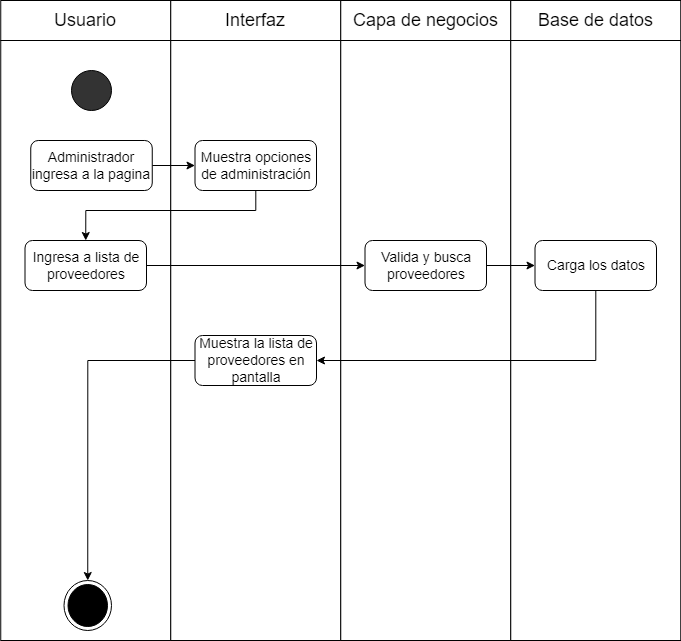
Above: Fase 2/Evidencias Proyecto/Evidencias de documentación/Diagramas/3) Diagrama de Actividad/35) Lista de proveedores.drawio.png in SoyElMato1/Grupo4-GreenMarket (draw.io), before the change. Source tidied: cells renumbered, new cells last; positions are measured from the earlier drawing's top-left corner, leaving out a move shared by most shapes.
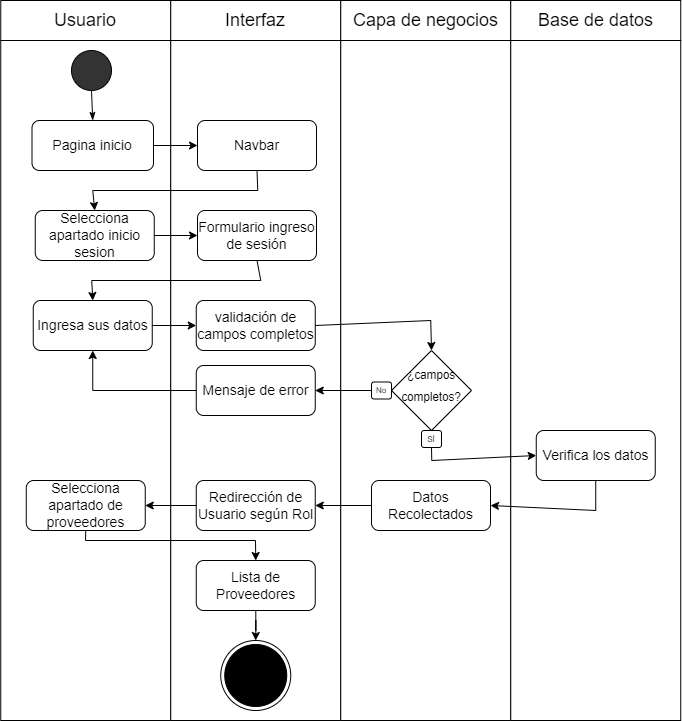
The same diagram one commit later.

What changed in the source:
```diff
@@ -42,67 +42,146 @@
       <mxGeometry x="7.5" y="5" width="155" height="30" as="geometry" />
     </mxCell>
     <mxCell id="15" style="rounded=0;whiteSpace=wrap;html=1;" parent="1" vertex="1">
-      <mxGeometry x="0.2" y="40" width="170" height="600" as="geometry" />
+      <mxGeometry x="0.2" y="40" width="170" height="680" as="geometry" />
     </mxCell>
     <mxCell id="16" style="rounded=0;whiteSpace=wrap;html=1;" parent="1" vertex="1">
-      <mxGeometry x="170.2" y="40" width="170" height="600" as="geometry" />
+      <mxGeometry x="170.2" y="40" width="170" height="680" as="geometry" />
     </mxCell>
     <mxCell id="17" style="rounded=0;whiteSpace=wrap;html=1;" parent="1" vertex="1">
-      <mxGeometry x="340.2" y="40" width="170" height="600" as="geometry" />
+      <mxGeometry x="340.2" y="40" width="170" height="680" as="geometry" />
     </mxCell>
     <mxCell id="18" style="rounded=0;whiteSpace=wrap;html=1;" parent="1" vertex="1">
-      <mxGeometry x="510.2" y="40" width="170" height="600" as="geometry" />
+      <mxGeometry x="510.2" y="40" width="170" height="680" as="geometry" />
     </mxCell>
-    <mxCell id="19" style="ellipse;whiteSpace=wrap;html=1;fontSize=18;fillColor=#333333;" parent="1" vertex="1">
-      <mxGeometry x="71" y="70" width="40" height="40" as="geometry" />
-    </mxCell>
-    <mxCell id="20" style="edgeStyle=orthogonalEdgeStyle;rounded=0;jettySize=auto;html=1;" parent="1" edge="1" source="21" target="22">
-      <mxGeometry relative="1" as="geometry" />
-    </mxCell>
-    <mxCell id="21" value="Muestra la lista de proveedores en pantalla" style="rounded=1;whiteSpace=wrap;html=1;fontSize=14;" parent="1" vertex="1">
-      <mxGeometry x="194.5" y="335" width="121.5" height="50" as="geometry" />
-    </mxCell>
-    <mxCell id="22" style="ellipse;html=1;shape=endState;fillColor=#000000;strokeColor=#000000;" parent="1" vertex="1">
-      <mxGeometry x="63.5" y="580" width="47.5" height="50" as="geometry" />
-    </mxCell>
-    <mxCell id="23" style="edgeStyle=orthogonalEdgeStyle;rounded=0;jettySize=auto;html=1;entryX=0;entryY=0.5;entryDx=0;entryDy=0;" parent="1" edge="1" source="24" target="26">
-      <mxGeometry relative="1" as="geometry" />
-    </mxCell>
-    <mxCell id="24" value="Administrador ingresa a la pagina" style="rounded=1;whiteSpace=wrap;html=1;fontSize=14;" parent="1" vertex="1">
-      <mxGeometry x="30.2" y="140" width="121.5" height="50" as="geometry" />
-    </mxCell>
-    <mxCell id="25" style="edgeStyle=orthogonalEdgeStyle;rounded=0;jettySize=auto;html=1;entryX=0.5;entryY=0;entryDx=0;entryDy=0;" parent="1" edge="1" source="26" target="28">
-      <mxGeometry relative="1" as="geometry">
-        <Array as="points">
-          <mxPoint x="255" y="210" />
-          <mxPoint x="85" y="210" />
-        </Array>
-      </mxGeometry>
-    </mxCell>
-    <mxCell id="26" value="Muestra opciones de administración" style="rounded=1;whiteSpace=wrap;html=1;fontSize=14;" parent="1" vertex="1">
-      <mxGeometry x="194.5" y="140" width="121.5" height="50" as="geometry" />
-    </mxCell>
-    <mxCell id="27" style="edgeStyle=orthogonalEdgeStyle;rounded=0;jettySize=auto;html=1;entryX=0;entryY=0.5;entryDx=0;entryDy=0;" parent="1" edge="1" source="28" target="32">
-      <mxGeometry relative="1" as="geometry" />
-    </mxCell>
-    <mxCell id="28" value="Ingresa a lista de proveedores" style="rounded=1;whiteSpace=wrap;html=1;fontSize=14;" parent="1" vertex="1">
-      <mxGeometry x="24.5" y="240" width="121.5" height="50" as="geometry" />
-    </mxCell>
-    <mxCell id="29" style="edgeStyle=orthogonalEdgeStyle;rounded=0;jettySize=auto;html=1;entryX=1;entryY=0.5;entryDx=0;entryDy=0;" parent="1" edge="1" source="30" target="21">
-      <mxGeometry relative="1" as="geometry">
-        <Array as="points">
-          <mxPoint x="595" y="360" />
-        </Array>
-      </mxGeometry>
-    </mxCell>
-    <mxCell id="30" value="Carga los datos" style="rounded=1;whiteSpace=wrap;html=1;fontSize=14;" parent="1" vertex="1">
-      <mxGeometry x="534.5" y="240" width="121.5" height="50" as="geometry" />
-    </mxCell>
-    <mxCell id="31" style="edgeStyle=orthogonalEdgeStyle;rounded=0;jettySize=auto;html=1;entryX=0;entryY=0.5;entryDx=0;entryDy=0;" parent="1" edge="1" source="32" target="30">
-      <mxGeometry relative="1" as="geometry" />
-    </mxCell>
-    <mxCell id="32" value="Valida y busca proveedores" style="rounded=1;whiteSpace=wrap;html=1;fontSize=14;" parent="1" vertex="1">
-      <mxGeometry x="364.5" y="240" width="121.5" height="50" as="geometry" />
-    </mxCell>
+    <mxCell id="33" style="ellipse;whiteSpace=wrap;html=1;fontSize=18;fillColor=#333333;" parent="1" vertex="1">
+      <mxGeometry x="71" y="50" width="40" height="40" as="geometry" />
+    </mxCell>
+    <mxCell id="34" style="endArrow=none;html=1;rounded=0;fontSize=18;entryX=0.5;entryY=1;entryDx=0;entryDy=0;exitX=0.5;exitY=0;exitDx=0;exitDy=0;startArrow=classicThin;startFill=1;" parent="1" edge="1" source="56" target="33">
+      <mxGeometry relative="1" as="geometry" />
+    </mxCell>
+    <mxCell id="35" value="Formulario ingreso de sesión" style="rounded=1;whiteSpace=wrap;html=1;fontSize=14;" parent="1" vertex="1">
+      <mxGeometry x="197" y="210" width="119" height="50" as="geometry" />
+    </mxCell>
+    <mxCell id="36" style="group;" parent="1" vertex="1">
+      <mxGeometry x="371" y="350" width="100" height="97" as="geometry" />
+    </mxCell>
+    <mxCell id="37" value="&lt;font style=&quot;line-height: 0; font-size: 14px;&quot;&gt;&lt;sup style=&quot;&quot;&gt;¿campos completos?&lt;/sup&gt;&lt;/font&gt;" style="rhombus;whiteSpace=wrap;html=1;fontSize=18;fillColor=#FFFFFF;align=center;" parent="36" vertex="1">
+      <mxGeometry x="20" width="80" height="80" as="geometry" />
+    </mxCell>
+    <mxCell id="38" value="No" style="rounded=1;whiteSpace=wrap;html=1;fontSize=8;fillColor=#FFFFFF;" parent="36" vertex="1">
+      <mxGeometry y="31.5" width="20" height="17" as="geometry" />
+    </mxCell>
+    <mxCell id="39" value="SÍ" style="rounded=1;whiteSpace=wrap;html=1;fontSize=8;fillColor=#FFFFFF;" parent="36" vertex="1">
+      <mxGeometry x="50" y="80" width="20" height="17" as="geometry" />
+    </mxCell>
+    <mxCell id="40" value="Verifica los datos" style="rounded=1;whiteSpace=wrap;html=1;fontSize=14;" parent="1" vertex="1">
+      <mxGeometry x="535.8" y="430" width="119" height="50" as="geometry" />
+    </mxCell>
+    <mxCell id="41" value="Mensaje de error" style="rounded=1;whiteSpace=wrap;html=1;fontSize=14;" parent="1" vertex="1">
+      <mxGeometry x="195.8" y="365" width="119" height="50" as="geometry" />
+    </mxCell>
+    <mxCell id="42" style="endArrow=classic;html=1;rounded=0;entryX=1;entryY=0.5;entryDx=0;entryDy=0;exitX=0;exitY=0.5;exitDx=0;exitDy=0;" parent="1" edge="1" source="38" target="41">
+      <mxGeometry relative="1" as="geometry" />
+    </mxCell>
+    <mxCell id="43" value="Redirección de Usuario según Rol" style="rounded=1;whiteSpace=wrap;html=1;fontSize=14;" parent="1" vertex="1">
+      <mxGeometry x="195.8" y="480" width="119" height="50" as="geometry" />
+    </mxCell>
+    <mxCell id="44" value="Ingresa sus datos" style="rounded=1;whiteSpace=wrap;html=1;fontSize=14;" parent="1" vertex="1">
+      <mxGeometry x="32.8" y="300" width="119" height="50" as="geometry" />
+    </mxCell>
+    <mxCell id="45" style="endArrow=classic;html=1;rounded=0;exitX=0.5;exitY=1;exitDx=0;exitDy=0;entryX=0.5;entryY=0;entryDx=0;entryDy=0;" parent="1" edge="1" source="35" target="44">
+      <mxGeometry relative="1" as="geometry">
+        <Array as="points">
+          <mxPoint x="260.2" y="280" />
+          <mxPoint x="91.2" y="280" />
+        </Array>
+      </mxGeometry>
+    </mxCell>
+    <mxCell id="46" value="validación de campos completos" style="rounded=1;whiteSpace=wrap;html=1;fontSize=14;" parent="1" vertex="1">
+      <mxGeometry x="195.8" y="300" width="119" height="50" as="geometry" />
+    </mxCell>
+    <mxCell id="47" style="endArrow=classic;html=1;rounded=0;exitX=1;exitY=0.5;exitDx=0;exitDy=0;entryX=0;entryY=0.5;entryDx=0;entryDy=0;" parent="1" edge="1" source="44" target="46">
+      <mxGeometry relative="1" as="geometry" />
+    </mxCell>
+    <mxCell id="48" style="endArrow=classic;html=1;rounded=0;exitX=1;exitY=0.5;exitDx=0;exitDy=0;entryX=0.5;entryY=0;entryDx=0;entryDy=0;" parent="1" edge="1" source="46" target="37">
+      <mxGeometry relative="1" as="geometry">
+        <Array as="points">
+          <mxPoint x="430.2" y="320" />
+        </Array>
+      </mxGeometry>
+    </mxCell>
+    <mxCell id="49" style="endArrow=classic;html=1;rounded=0;exitX=0;exitY=0.5;exitDx=0;exitDy=0;entryX=0.5;entryY=1;entryDx=0;entryDy=0;" parent="1" edge="1" source="41" target="44">
+      <mxGeometry relative="1" as="geometry">
+        <Array as="points">
+          <mxPoint x="92.2" y="390" />
+        </Array>
+      </mxGeometry>
+    </mxCell>
+    <mxCell id="50" value="Datos Recolectados" style="rounded=1;whiteSpace=wrap;html=1;fontSize=14;" parent="1" vertex="1">
+      <mxGeometry x="371" y="480" width="119" height="50" as="geometry" />
+    </mxCell>
+    <mxCell id="51" style="endArrow=classic;html=1;rounded=0;exitX=0.5;exitY=1;exitDx=0;exitDy=0;entryX=1;entryY=0.5;entryDx=0;entryDy=0;" parent="1" edge="1" source="40" target="50">
+      <mxGeometry relative="1" as="geometry">
+        <Array as="points">
+          <mxPoint x="595.2" y="510" />
+        </Array>
+      </mxGeometry>
+    </mxCell>
+    <mxCell id="52" style="endArrow=classic;html=1;rounded=0;exitX=0;exitY=0.5;exitDx=0;exitDy=0;entryX=1;entryY=0.5;entryDx=0;entryDy=0;" parent="1" edge="1" source="50" target="43">
+      <mxGeometry relative="1" as="geometry" />
+    </mxCell>
+    <mxCell id="53" style="endArrow=classic;html=1;rounded=0;exitX=0.5;exitY=1;exitDx=0;exitDy=0;entryX=0;entryY=0.5;entryDx=0;entryDy=0;" parent="1" edge="1" source="39" target="40">
+      <mxGeometry relative="1" as="geometry">
+        <Array as="points">
+          <mxPoint x="431.2" y="460" />
+        </Array>
+      </mxGeometry>
+    </mxCell>
+    <mxCell id="54" value="Selecciona apartado de proveedores" style="rounded=1;whiteSpace=wrap;html=1;fontSize=14;" parent="1" vertex="1">
+      <mxGeometry x="25.8" y="480" width="119" height="50" as="geometry" />
+    </mxCell>
+    <mxCell id="55" style="endArrow=classic;html=1;rounded=0;entryX=1;entryY=0.5;entryDx=0;entryDy=0;exitX=0;exitY=0.5;exitDx=0;exitDy=0;" parent="1" edge="1" source="43" target="54">
+      <mxGeometry relative="1" as="geometry" />
+    </mxCell>
+    <mxCell id="56" value="Pagina inicio" style="rounded=1;whiteSpace=wrap;html=1;fontSize=14;" parent="1" vertex="1">
+      <mxGeometry x="31.5" y="120" width="121.5" height="50" as="geometry" />
+    </mxCell>
+    <mxCell id="57" value="Selecciona apartado inicio sesion" style="rounded=1;whiteSpace=wrap;html=1;fontSize=14;" parent="1" vertex="1">
+      <mxGeometry x="34.8" y="210" width="119" height="50" as="geometry" />
+    </mxCell>
+    <mxCell id="58" value="Navbar" style="rounded=1;whiteSpace=wrap;html=1;fontSize=14;" parent="1" vertex="1">
+      <mxGeometry x="197" y="120" width="119" height="50" as="geometry" />
+    </mxCell>
+    <mxCell id="59" style="endArrow=classic;html=1;rounded=0;exitX=0.5;exitY=1;exitDx=0;exitDy=0;entryX=0.5;entryY=0;entryDx=0;entryDy=0;" parent="1" edge="1" source="58" target="57">
+      <mxGeometry relative="1" as="geometry">
+        <Array as="points">
+          <mxPoint x="257.2" y="190" />
+          <mxPoint x="92.2" y="190" />
+        </Array>
+      </mxGeometry>
+    </mxCell>
+    <mxCell id="60" style="endArrow=classic;html=1;rounded=0;exitX=1;exitY=0.5;exitDx=0;exitDy=0;entryX=0;entryY=0.5;entryDx=0;entryDy=0;" parent="1" edge="1" source="57" target="35">
+      <mxGeometry relative="1" as="geometry" />
+    </mxCell>
+    <mxCell id="61" style="endArrow=classic;html=1;rounded=0;exitX=1;exitY=0.5;exitDx=0;exitDy=0;entryX=0;entryY=0.5;entryDx=0;entryDy=0;" parent="1" edge="1" source="56" target="58">
+      <mxGeometry relative="1" as="geometry" />
+    </mxCell>
+    <mxCell id="62" style="edgeStyle=orthogonalEdgeStyle;rounded=0;jettySize=auto;html=1;" parent="1" edge="1" source="63" target="65">
+      <mxGeometry relative="1" as="geometry" />
+    </mxCell>
+    <mxCell id="63" value="Lista de Proveedores" style="rounded=1;whiteSpace=wrap;html=1;fontSize=14;" parent="1" vertex="1">
+      <mxGeometry x="195.8" y="560" width="119" height="50" as="geometry" />
+    </mxCell>
+    <mxCell id="64" style="endArrow=classic;html=1;rounded=0;exitX=0.5;exitY=1;exitDx=0;exitDy=0;entryX=0.5;entryY=0;entryDx=0;entryDy=0;" parent="1" edge="1" source="54" target="63">
+      <mxGeometry relative="1" as="geometry">
+        <Array as="points">
+          <mxPoint x="85" y="540" />
+          <mxPoint x="255" y="540" />
+        </Array>
+      </mxGeometry>
+    </mxCell>
+    <mxCell id="65" style="ellipse;html=1;shape=endState;fillColor=#000000;strokeColor=#000000;" parent="1" vertex="1">
+      <mxGeometry x="220.2" y="640" width="70" height="70" as="geometry" />
+    </mxCell>
   </root>
 </mxGraphModel>
```
